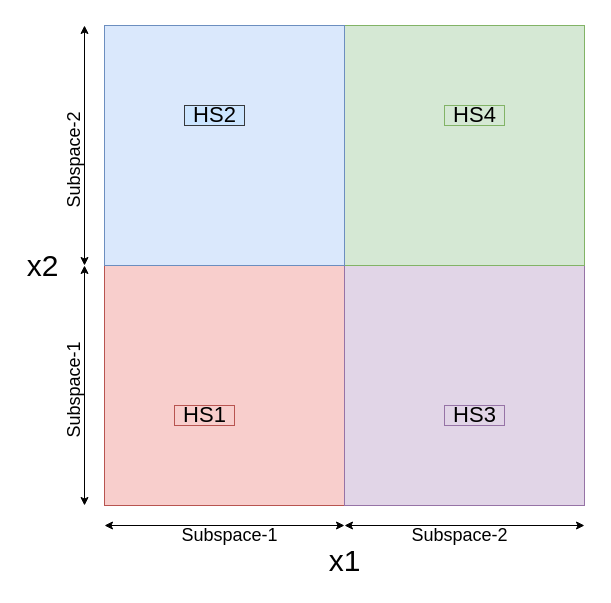
The draw.io diagram page "Page-2" (2 of 7) of drawings/dbo_hyperspace.drawio in ShivaprasadNadagoudr/distributed-safe-bo, before the edit. Source tidied: cells renumbered, new cells numbered last; positions are measured from the earlier drawing's top-left corner, leaving out a move shared by most shapes. Both pictures are drawn from the tidied source at 100%, with x=0, y=0 at pixel (14, 25).
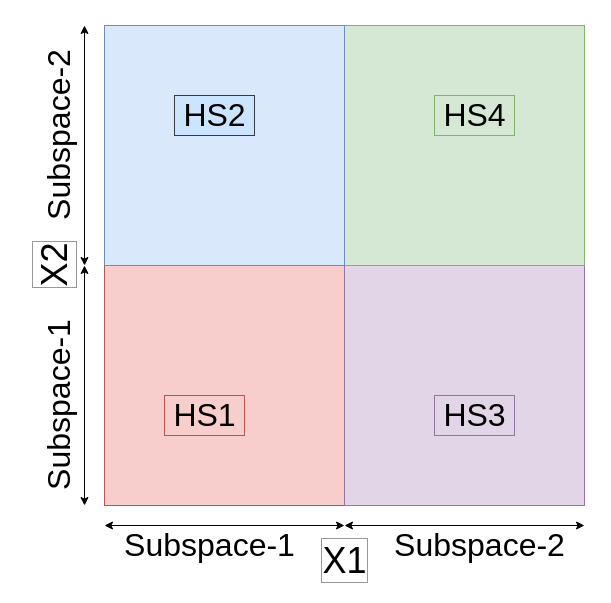
The same diagram, later.

Diff of the diagram source:
```diff
@@
-    <mxCell id="6" value="&lt;font style=&quot;font-size: 30px&quot;&gt;x1&lt;/font&gt;" style="text;html=1;align=center;verticalAlign=middle;strokeColor=none;fillColor=none;" parent="1" vertex="1">
-      <mxGeometry x="305" y="520" width="50" height="30" as="geometry" />
-    </mxCell>
-    <mxCell id="7" value="&lt;font style=&quot;font-size: 30px&quot;&gt;x2&lt;/font&gt;" style="text;html=1;align=center;verticalAlign=middle;strokeColor=none;fillColor=none;" parent="1" vertex="1">
-      <mxGeometry x="3" y="225" width="50" height="30" as="geometry" />
-    </mxCell>
@@
-    <mxCell id="12" value="&lt;font style=&quot;font-size: 18px&quot;&gt;Subspace-1&lt;/font&gt;" style="text;html=1;align=center;verticalAlign=middle;strokeColor=none;fillColor=none;fontSize=30;" parent="1" vertex="1">
-      <mxGeometry x="160" y="480" width="110" height="50" as="geometry" />
-    </mxCell>
-    <mxCell id="13" value="&lt;font style=&quot;font-size: 18px&quot;&gt;Subspace-2&lt;/font&gt;" style="text;html=1;align=center;verticalAlign=middle;strokeColor=none;fillColor=none;fontSize=30;" parent="1" vertex="1">
-      <mxGeometry x="390" y="480" width="110" height="50" as="geometry" />
-    </mxCell>
-    <mxCell id="14" value="&lt;font style=&quot;font-size: 18px&quot;&gt;Subspace-1&lt;/font&gt;" style="text;html=1;align=center;verticalAlign=middle;strokeColor=none;fillColor=none;fontSize=30;rotation=270;" parent="1" vertex="1">
-      <mxGeometry y="340" width="110" height="50" as="geometry" />
-    </mxCell>
-    <mxCell id="15" value="&lt;font style=&quot;font-size: 18px&quot;&gt;Subspace-2&lt;/font&gt;" style="text;html=1;align=center;verticalAlign=middle;strokeColor=none;fillColor=none;fontSize=30;rotation=270;" parent="1" vertex="1">
-      <mxGeometry y="110" width="110" height="50" as="geometry" />
-    </mxCell>
-    <mxCell id="16" value="&lt;font style=&quot;font-size: 22px&quot;&gt;HS1&lt;/font&gt;" style="text;html=1;align=center;verticalAlign=middle;strokeColor=#b85450;fillColor=#f8cecc;" parent="1" vertex="1">
-      <mxGeometry x="160" y="380" width="60" height="20" as="geometry" />
+    <mxCell id="16" value="&lt;font style=&quot;font-size: 32px;&quot;&gt;HS1&lt;/font&gt;" style="text;html=1;align=center;verticalAlign=middle;strokeColor=#b85450;fillColor=#f8cecc;fontSize=32;" parent="1" vertex="1">
+      <mxGeometry x="150" y="370" width="80" height="40" as="geometry" />
     </mxCell>
-    <mxCell id="17" value="&lt;font style=&quot;font-size: 22px&quot;&gt;HS2&lt;/font&gt;" style="text;html=1;align=center;verticalAlign=middle;strokeColor=#36393d;fillColor=#cce5ff;" parent="1" vertex="1">
-      <mxGeometry x="170" y="80" width="60" height="20" as="geometry" />
+    <mxCell id="17" value="&lt;font style=&quot;font-size: 32px;&quot;&gt;HS2&lt;/font&gt;" style="text;html=1;align=center;verticalAlign=middle;strokeColor=#36393d;fillColor=#cce5ff;fontSize=32;" parent="1" vertex="1">
+      <mxGeometry x="160" y="70" width="80" height="40" as="geometry" />
     </mxCell>
-    <mxCell id="18" value="&lt;font style=&quot;font-size: 22px&quot;&gt;HS3&lt;/font&gt;" style="text;html=1;align=center;verticalAlign=middle;strokeColor=#9673a6;fillColor=#e1d5e7;" parent="1" vertex="1">
-      <mxGeometry x="430" y="380" width="60" height="20" as="geometry" />
+    <mxCell id="18" value="&lt;font style=&quot;font-size: 32px;&quot;&gt;HS3&lt;/font&gt;" style="text;html=1;align=center;verticalAlign=middle;strokeColor=#9673a6;fillColor=#e1d5e7;fontSize=32;" parent="1" vertex="1">
+      <mxGeometry x="420" y="370" width="80" height="40" as="geometry" />
     </mxCell>
-    <mxCell id="19" value="&lt;font style=&quot;font-size: 22px&quot;&gt;HS4&lt;/font&gt;" style="text;html=1;align=center;verticalAlign=middle;strokeColor=#82b366;fillColor=#d5e8d4;" parent="1" vertex="1">
-      <mxGeometry x="430" y="80" width="60" height="20" as="geometry" />
+    <mxCell id="19" value="&lt;font style=&quot;font-size: 32px;&quot;&gt;HS4&lt;/font&gt;" style="text;html=1;align=center;verticalAlign=middle;strokeColor=#82b366;fillColor=#d5e8d4;fontSize=32;" parent="1" vertex="1">
+      <mxGeometry x="420" y="70" width="80" height="40" as="geometry" />
     </mxCell>
+    <mxCell id="20" value="&lt;font style=&quot;font-size: 36px;&quot;&gt;X1&lt;/font&gt;" style="text;html=1;align=center;verticalAlign=middle;strokeColor=none;fillColor=none;fontSize=36;labelBorderColor=#999999;" parent="1" vertex="1">
+      <mxGeometry x="300" y="510" width="60" height="50" as="geometry" />
+    </mxCell>
+    <mxCell id="21" value="&lt;font style=&quot;font-size: 36px;&quot;&gt;X2&lt;/font&gt;" style="text;html=1;align=center;verticalAlign=middle;strokeColor=none;fillColor=none;rotation=270;fontSize=36;labelBackgroundColor=none;labelBorderColor=#999999;" parent="1" vertex="1">
+      <mxGeometry x="10" y="215" width="60" height="50" as="geometry" />
+    </mxCell>
+    <mxCell id="22" value="&lt;font style=&quot;font-size: 32px;&quot;&gt;Subspace-1&lt;/font&gt;" style="text;html=1;align=center;verticalAlign=middle;strokeColor=none;fillColor=none;fontSize=32;" parent="1" vertex="1">
+      <mxGeometry x="100" y="500" width="190" height="40" as="geometry" />
+    </mxCell>
+    <mxCell id="23" value="&lt;font style=&quot;font-size: 32px;&quot;&gt;Subspace-2&lt;/font&gt;" style="text;html=1;align=center;verticalAlign=middle;strokeColor=none;fillColor=none;fontSize=32;" parent="1" vertex="1">
+      <mxGeometry x="370" y="500" width="190" height="40" as="geometry" />
+    </mxCell>
+    <mxCell id="24" value="&lt;font style=&quot;font-size: 32px;&quot;&gt;Subspace-1&lt;/font&gt;" style="text;html=1;align=center;verticalAlign=middle;strokeColor=none;fillColor=none;fontSize=32;rotation=270;" parent="1" vertex="1">
+      <mxGeometry x="-50" y="360" width="190" height="40" as="geometry" />
+    </mxCell>
+    <mxCell id="25" value="&lt;font style=&quot;font-size: 32px;&quot;&gt;Subspace-2&lt;/font&gt;" style="text;html=1;align=center;verticalAlign=middle;strokeColor=none;fillColor=none;fontSize=32;rotation=270;" parent="1" vertex="1">
+      <mxGeometry x="-50" y="90" width="190" height="40" as="geometry" />
+    </mxCell>
```
